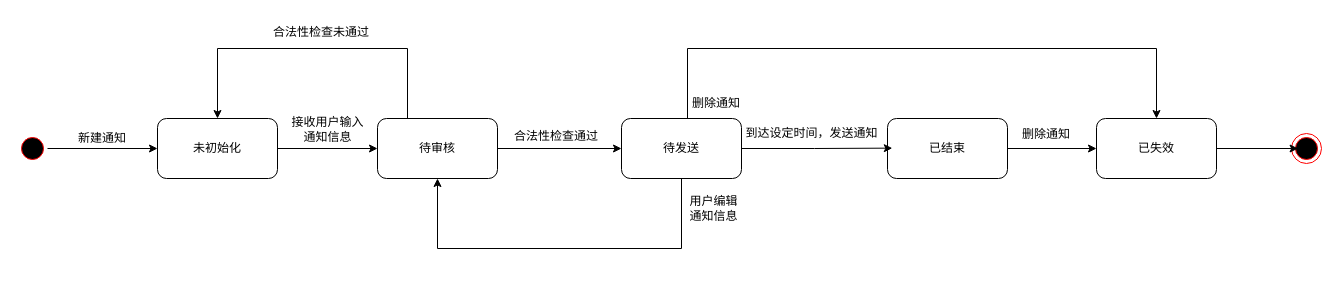
Above: InvestmentProduct状态图.drawio in PomeloLemon/SoftwareDiagrams (draw.io), before the change. Source tidied: cells renumbered, new cells numbered last; positions are measured from the earlier drawing's top-left corner, leaving out a move shared by most shapes. Both pictures are drawn from the tidied source at 100%, with x=0, y=0 at pixel (17, 17).
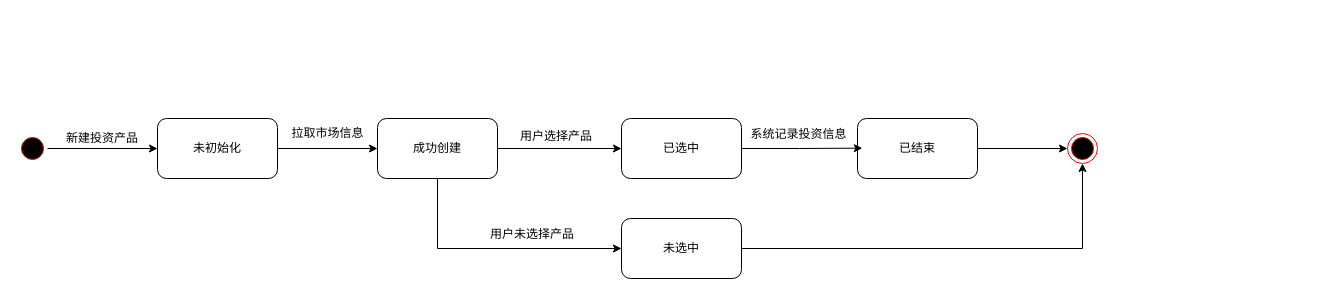
After the change.

Commit message:
更新InvestmentProduct状态图.drawio

Unchanged cells that the change refers to:
```xml
<mxCell id="3" value="未初始化" style="rounded=1;whiteSpace=wrap;html=1;" parent="1" vertex="1">
  <mxGeometry x="140" y="101" width="120" height="60" as="geometry" />
</mxCell>
```

The edit, as a diff of the source:
```diff
@@
-    <mxCell id="6" value="新建通知" style="text;html=1;strokeColor=none;fillColor=none;align=center;verticalAlign=middle;whiteSpace=wrap;rounded=0;" parent="1" vertex="1">
+    <mxCell id="6" value="新建投资产品" style="text;html=1;strokeColor=none;fillColor=none;align=center;verticalAlign=middle;whiteSpace=wrap;rounded=0;" parent="1" vertex="1">
       <mxGeometry x="20" y="106" width="130" height="30" as="geometry" />
     </mxCell>
-    <mxCell id="7" style="edgeStyle=orthogonalEdgeStyle;rounded=0;jettySize=auto;html=1;exitX=0.5;exitY=0;exitDx=0;exitDy=0;entryX=0.5;entryY=0;entryDx=0;entryDy=0;" parent="1" edge="1" source="9" target="3">
-      <mxGeometry relative="1" as="geometry">
-        <Array as="points">
-          <mxPoint x="390" y="101" />
-          <mxPoint x="390" y="31" />
-          <mxPoint x="200" y="31" />
-        </Array>
-      </mxGeometry>
-    </mxCell>
@@
+    <mxCell id="26" style="edgeStyle=orthogonalEdgeStyle;rounded=0;jettySize=auto;html=1;entryX=0;entryY=0.5;entryDx=0;entryDy=0;" parent="1" edge="1" source="9" target="29">
+      <mxGeometry relative="1" as="geometry">
+        <Array as="points">
+          <mxPoint x="420" y="231" />
+        </Array>
+      </mxGeometry>
+    </mxCell>
-    <mxCell id="9" value="待审核" style="rounded=1;whiteSpace=wrap;html=1;" parent="1" vertex="1">
+    <mxCell id="9" value="成功创建" style="rounded=1;whiteSpace=wrap;html=1;" parent="1" vertex="1">
       <mxGeometry x="360" y="101" width="120" height="60" as="geometry" />
     </mxCell>
-    <mxCell id="10" value="接收用户输入&lt;br&gt;通知信息" style="text;html=1;align=center;verticalAlign=middle;strokeColor=none;fillColor=none;" parent="1" vertex="1">
-      <mxGeometry x="260" y="92" width="100" height="40" as="geometry" />
+    <mxCell id="10" value="拉取市场信息" style="text;html=1;align=center;verticalAlign=middle;strokeColor=none;fillColor=none;" parent="1" vertex="1">
+      <mxGeometry x="260" y="101" width="100" height="30" as="geometry" />
     </mxCell>
-    <mxCell id="11" style="edgeStyle=orthogonalEdgeStyle;rounded=0;jettySize=auto;html=1;entryX=0;entryY=0.5;entryDx=0;entryDy=0;" parent="1" edge="1" source="12" target="17">
-      <mxGeometry relative="1" as="geometry" />
-    </mxCell>
+    <mxCell id="27" style="edgeStyle=orthogonalEdgeStyle;rounded=0;jettySize=auto;html=1;entryX=0;entryY=0.5;entryDx=0;entryDy=0;" parent="1" edge="1" source="12" target="16">
+      <mxGeometry relative="1" as="geometry" />
+    </mxCell>
     <mxCell id="12" value="已结束" style="rounded=1;whiteSpace=wrap;html=1;" parent="1" vertex="1">
-      <mxGeometry x="870" y="101" width="120" height="60" as="geometry" />
+      <mxGeometry x="840" y="101" width="120" height="60" as="geometry" />
     </mxCell>
-    <mxCell id="13" value="合法性检查通过" style="text;html=1;strokeColor=none;fillColor=none;align=center;verticalAlign=middle;whiteSpace=wrap;rounded=0;" parent="1" vertex="1">
+    <mxCell id="13" value="用户选择产品" style="text;html=1;strokeColor=none;fillColor=none;align=center;verticalAlign=middle;whiteSpace=wrap;rounded=0;" parent="1" vertex="1">
       <mxGeometry x="474" y="104" width="130" height="30" as="geometry" />
     </mxCell>
-    <mxCell id="14" value="删除通知" style="text;html=1;strokeColor=none;fillColor=none;align=center;verticalAlign=middle;whiteSpace=wrap;rounded=0;" parent="1" vertex="1">
-      <mxGeometry x="964" y="102" width="130" height="30" as="geometry" />
-    </mxCell>
-    <mxCell id="15" value="合法性检查未通过" style="text;html=1;strokeColor=none;fillColor=none;align=center;verticalAlign=middle;whiteSpace=wrap;rounded=0;" parent="1" vertex="1">
-      <mxGeometry x="229" width="150" height="30" as="geometry" />
-    </mxCell>
     <mxCell id="16" style="ellipse;html=1;shape=endState;fillColor=#000000;strokeColor=#ff0000;" parent="1" vertex="1">
-      <mxGeometry x="1274" y="116" width="30" height="30" as="geometry" />
+      <mxGeometry x="1050" y="116" width="30" height="30" as="geometry" />
     </mxCell>
-    <mxCell id="17" value="已失效" style="rounded=1;whiteSpace=wrap;html=1;" parent="1" vertex="1">
-      <mxGeometry x="1079" y="101" width="120" height="60" as="geometry" />
-    </mxCell>
-    <mxCell id="18" style="edgeStyle=orthogonalEdgeStyle;rounded=0;jettySize=auto;html=1;entryX=0.22;entryY=0.5;entryDx=0;entryDy=0;entryPerimeter=0;" parent="1" edge="1" source="17" target="16">
-      <mxGeometry relative="1" as="geometry" />
-    </mxCell>
-    <mxCell id="19" style="edgeStyle=orthogonalEdgeStyle;rounded=0;jettySize=auto;html=1;exitX=0.5;exitY=1;exitDx=0;exitDy=0;entryX=0.5;entryY=1;entryDx=0;entryDy=0;" parent="1" edge="1" source="21" target="9">
-      <mxGeometry relative="1" as="geometry">
-        <Array as="points">
-          <mxPoint x="664" y="231" />
-          <mxPoint x="420" y="231" />
-        </Array>
-      </mxGeometry>
-    </mxCell>
-    <mxCell id="20" style="edgeStyle=orthogonalEdgeStyle;rounded=0;jettySize=auto;html=1;entryX=0.5;entryY=0;entryDx=0;entryDy=0;" parent="1" edge="1" source="21" target="17">
-      <mxGeometry relative="1" as="geometry">
-        <Array as="points">
-          <mxPoint x="670" y="31" />
-          <mxPoint x="1139" y="31" />
-        </Array>
-      </mxGeometry>
-    </mxCell>
-    <mxCell id="21" value="待发送" style="rounded=1;whiteSpace=wrap;html=1;" parent="1" vertex="1">
+    <mxCell id="21" value="已选中" style="rounded=1;whiteSpace=wrap;html=1;" parent="1" vertex="1">
       <mxGeometry x="604" y="101" width="120" height="60" as="geometry" />
     </mxCell>
@@
-    <mxCell id="23" value="到达设定时间，发送通知" style="text;html=1;align=center;verticalAlign=middle;strokeColor=none;fillColor=none;" parent="1" vertex="1">
-      <mxGeometry x="714" y="101" width="160" height="30" as="geometry" />
+    <mxCell id="23" value="系统记录投资信息" style="text;html=1;align=center;verticalAlign=middle;strokeColor=none;fillColor=none;" parent="1" vertex="1">
+      <mxGeometry x="721" y="102" width="120" height="30" as="geometry" />
     </mxCell>
-    <mxCell id="24" value="用户编辑&lt;br&gt;通知信息" style="text;html=1;align=center;verticalAlign=middle;strokeColor=none;fillColor=none;" parent="1" vertex="1">
-      <mxGeometry x="661" y="171" width="70" height="40" as="geometry" />
-    </mxCell>
-    <mxCell id="25" value="删除通知" style="text;html=1;strokeColor=none;fillColor=none;align=center;verticalAlign=middle;whiteSpace=wrap;rounded=0;" parent="1" vertex="1">
-      <mxGeometry x="634" y="71" width="130" height="30" as="geometry" />
-    </mxCell>
+    <mxCell id="28" style="edgeStyle=orthogonalEdgeStyle;rounded=0;jettySize=auto;html=1;entryX=0.5;entryY=1;entryDx=0;entryDy=0;" parent="1" edge="1" source="29" target="16">
+      <mxGeometry relative="1" as="geometry" />
+    </mxCell>
+    <mxCell id="29" value="未选中" style="rounded=1;whiteSpace=wrap;html=1;" parent="1" vertex="1">
+      <mxGeometry x="604" y="201" width="120" height="60" as="geometry" />
+    </mxCell>
+    <mxCell id="30" value="用户未选择产品" style="text;html=1;strokeColor=none;fillColor=none;align=center;verticalAlign=middle;whiteSpace=wrap;rounded=0;" parent="1" vertex="1">
+      <mxGeometry x="450" y="202" width="130" height="30" as="geometry" />
+    </mxCell>
```
